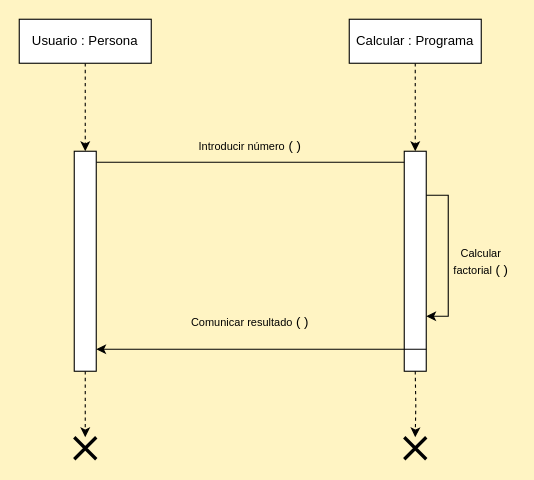
Earlier version of the draw.io diagram 02_Entornos de desarrollo/UT_6/Ejercicios06/Ejercicios/Ejer05/Ejer05.drawio (antgomper/Curso_23-24_DAW). Source tidied: cells renumbered, new cells numbered last; positions are measured from the earlier drawing's top-left corner, leaving out a move shared by most shapes. Both pictures are drawn from the tidied source at 110%, with x=0, y=0 at pixel (19, 19).
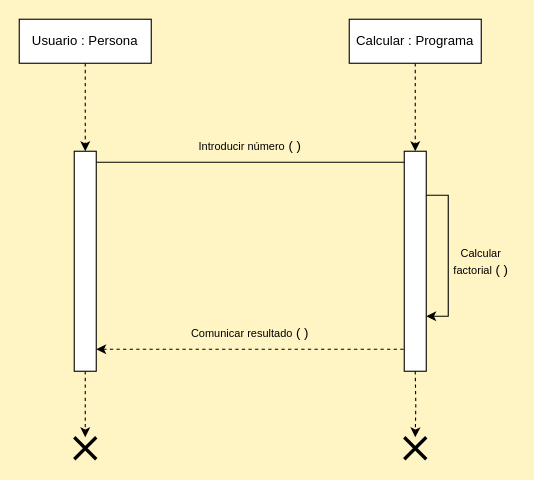
Above is the later version.

Commit message (it also covers changes not shown here):
Ejer tema06 entor diag secu

What changed in the source:
```diff
@@
-    <mxCell id="11" style="edgeStyle=orthogonalEdgeStyle;rounded=0;orthogonalLoop=1;jettySize=auto;html=1;exitX=1;exitY=0.5;exitDx=0;exitDy=0;entryX=0;entryY=0.5;entryDx=0;entryDy=0;startArrow=classic;startFill=1;endArrow=none;endFill=0;" parent="1" edge="1">
+    <mxCell id="11" style="edgeStyle=orthogonalEdgeStyle;rounded=0;orthogonalLoop=1;jettySize=auto;html=1;exitX=1;exitY=0.5;exitDx=0;exitDy=0;startArrow=classic;startFill=1;endArrow=none;endFill=0;dashed=1;" parent="1" edge="1">
       <mxGeometry relative="1" as="geometry">
         <mxPoint x="70" y="300" as="sourcePoint" />
-        <mxPoint x="370" y="300" as="targetPoint" />
+        <mxPoint x="350" y="300" as="targetPoint" />
       </mxGeometry>
     </mxCell>
@@
     <mxCell id="13" value="&lt;font style=&quot;font-size: 10px;&quot;&gt;Comunicar resultado&lt;/font&gt; ( )" style="text;html=1;align=center;verticalAlign=middle;whiteSpace=wrap;rounded=0;" parent="1" vertex="1">
-      <mxGeometry x="150" y="260" width="120" height="30" as="geometry" />
+      <mxGeometry x="150" y="270" width="120" height="30" as="geometry" />
     </mxCell>
```
